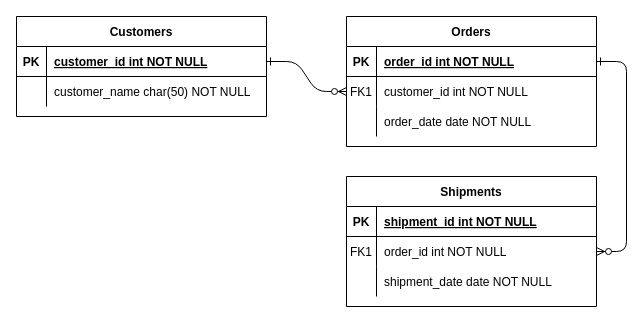
The draw.io diagram zip-codes/Untitled Diagram.drawio in Rola342/CodigoPostal, before the edit. Source tidied: cells renumbered, new cells numbered last; positions are measured from the earlier drawing's top-left corner, leaving out a move shared by most shapes. Both pictures are drawn from the tidied source at 100%, with x=0, y=0 at pixel (16, 16).
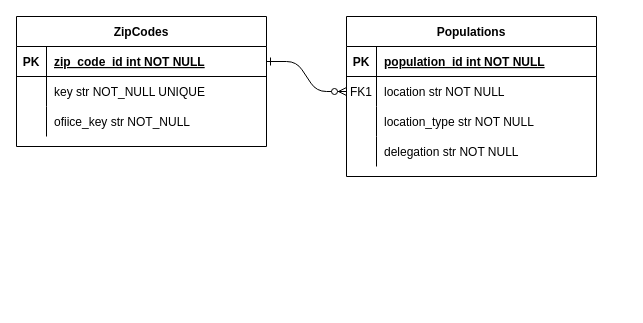
Above is the later version.

Unchanged cells that the change refers to:
```xml
<mxCell id="5" style="shape=partialRectangle;fillColor=none;points=[[0,0.5],[1,0.5]];portConstraint=eastwest;top=0;left=0;right=0;bottom=1;" parent="4" vertex="1">
  <mxGeometry y="30" width="250" height="30" as="geometry" />
</mxCell>
<mxCell id="8" style="shape=partialRectangle;fillColor=none;points=[[0,0.5],[1,0.5]];portConstraint=eastwest;top=0;left=0;right=0;bottom=0;" parent="4" vertex="1">
  <mxGeometry y="60" width="250" height="30" as="geometry" />
</mxCell>
<mxCell id="11" style="shape=partialRectangle;fillColor=none;top=0;left=0;right=0;bottom=0;" parent="4" vertex="1">
  <mxGeometry y="90" width="250" height="30" as="geometry" />
</mxCell>
<mxCell id="25" style="shape=partialRectangle;fillColor=none;points=[[0,0.5],[1,0.5]];portConstraint=eastwest;top=0;left=0;right=0;bottom=1;" parent="24" vertex="1">
  <mxGeometry y="30" width="250" height="30" as="geometry" />
</mxCell>
<mxCell id="28" style="shape=partialRectangle;fillColor=none;top=0;left=0;right=0;bottom=0;" parent="24" vertex="1">
  <mxGeometry y="60" width="250" height="30" as="geometry" />
</mxCell>
```

Diff of the diagram source:
```diff
@@
-    <mxCell id="3" style="edgeStyle=entityRelationEdgeStyle;endArrow=ERzeroToMany;startArrow=ERone;endFill=1;startFill=0;" parent="1" edge="1" source="5" target="18">
-      <mxGeometry relative="1" as="geometry" />
-    </mxCell>
-    <mxCell id="4" value="Orders" style="shape=table;startSize=30;childLayout=tableLayout;rowLines=0;fontStyle=1;align=center;" parent="1" vertex="1">
-      <mxGeometry x="330" width="250" height="130" as="geometry" />
+    <mxCell id="4" value="Populations" style="shape=table;startSize=30;childLayout=tableLayout;rowLines=0;fontStyle=1;align=center;" parent="1" vertex="1">
+      <mxGeometry x="330" width="250" height="160" as="geometry" />
     </mxCell>
@@
-    <mxCell id="7" value="order_id int NOT NULL " style="shape=partialRectangle;overflow=hidden;fillColor=none;top=0;left=0;bottom=0;right=0;align=left;spacingLeft=6;fontStyle=5;" parent="5" vertex="1">
+    <mxCell id="7" value="population_id int NOT NULL " style="shape=partialRectangle;overflow=hidden;fillColor=none;top=0;left=0;bottom=0;right=0;align=left;spacingLeft=6;fontStyle=5;" parent="5" vertex="1">
       <mxGeometry x="30" width="220" height="30" as="geometry" />
     </mxCell>
@@
-    <mxCell id="10" value="customer_id int NOT NULL" style="shape=partialRectangle;overflow=hidden;fillColor=none;top=0;left=0;bottom=0;right=0;align=left;spacingLeft=6;" parent="8" vertex="1">
+    <mxCell id="10" value="location str NOT NULL" style="shape=partialRectangle;overflow=hidden;fillColor=none;top=0;left=0;bottom=0;right=0;align=left;spacingLeft=6;" parent="8" vertex="1">
       <mxGeometry x="30" width="220" height="30" as="geometry" />
     </mxCell>
@@
-    <mxCell id="13" value="order_date date NOT NULL" style="shape=partialRectangle;overflow=hidden;fillColor=none;top=0;left=0;bottom=0;right=0;align=left;spacingLeft=6;" parent="11" vertex="1">
+    <mxCell id="13" value="location_type str NOT NULL" style="shape=partialRectangle;overflow=hidden;fillColor=none;top=0;left=0;bottom=0;right=0;align=left;spacingLeft=6;" parent="11" vertex="1">
       <mxGeometry x="30" width="220" height="30" as="geometry" />
     </mxCell>
-    <mxCell id="14" value="Shipments" style="shape=table;startSize=30;childLayout=tableLayout;rowLines=0;fontStyle=1;align=center;" parent="1" vertex="1">
-      <mxGeometry x="330" y="160" width="250" height="130" as="geometry" />
-    </mxCell>
-    <mxCell id="15" style="shape=partialRectangle;fillColor=none;top=0;left=0;right=0;bottom=1;" parent="14" vertex="1">
-      <mxGeometry y="30" width="250" height="30" as="geometry" />
-    </mxCell>
-    <mxCell id="16" value="PK" style="shape=partialRectangle;overflow=hidden;fillColor=none;top=0;left=0;bottom=0;right=0;fontStyle=1;" parent="15" vertex="1">
-      <mxGeometry width="30" height="30" as="geometry" />
-    </mxCell>
-    <mxCell id="17" value="shipment_id int NOT NULL " style="shape=partialRectangle;overflow=hidden;fillColor=none;top=0;left=0;bottom=0;right=0;align=left;spacingLeft=6;fontStyle=5;" parent="15" vertex="1">
-      <mxGeometry x="30" width="220" height="30" as="geometry" />
-    </mxCell>
-    <mxCell id="18" style="shape=partialRectangle;fillColor=none;points=[[0,0.5],[1,0.5]];portConstraint=eastwest;top=0;left=0;right=0;bottom=0;" parent="14" vertex="1">
-      <mxGeometry y="60" width="250" height="30" as="geometry" />
-    </mxCell>
-    <mxCell id="19" value="FK1" style="shape=partialRectangle;overflow=hidden;fillColor=none;top=0;left=0;bottom=0;right=0;" parent="18" vertex="1">
-      <mxGeometry width="30" height="30" as="geometry" />
-    </mxCell>
-    <mxCell id="20" value="order_id int NOT NULL" style="shape=partialRectangle;overflow=hidden;fillColor=none;top=0;left=0;bottom=0;right=0;align=left;spacingLeft=6;" parent="18" vertex="1">
-      <mxGeometry x="30" width="220" height="30" as="geometry" />
-    </mxCell>
-    <mxCell id="21" style="shape=partialRectangle;fillColor=none;top=0;left=0;right=0;bottom=0;" parent="14" vertex="1">
-      <mxGeometry y="90" width="250" height="30" as="geometry" />
-    </mxCell>
-    <mxCell id="22" style="shape=partialRectangle;overflow=hidden;fillColor=none;top=0;left=0;bottom=0;right=0;" parent="21" vertex="1">
-      <mxGeometry width="30" height="30" as="geometry" />
-    </mxCell>
-    <mxCell id="23" value="shipment_date date NOT NULL" style="shape=partialRectangle;overflow=hidden;fillColor=none;top=0;left=0;bottom=0;right=0;align=left;spacingLeft=6;" parent="21" vertex="1">
-      <mxGeometry x="30" width="220" height="30" as="geometry" />
-    </mxCell>
+    <mxCell id="31" style="shape=partialRectangle;fillColor=none;top=0;left=0;right=0;bottom=0;" parent="4" vertex="1">
+      <mxGeometry y="120" width="250" height="30" as="geometry" />
+    </mxCell>
+    <mxCell id="32" style="shape=partialRectangle;overflow=hidden;fillColor=none;top=0;left=0;bottom=0;right=0;" parent="31" vertex="1">
+      <mxGeometry width="30" height="30" as="geometry" />
+    </mxCell>
+    <mxCell id="33" value="delegation str NOT NULL" style="shape=partialRectangle;overflow=hidden;fillColor=none;top=0;left=0;bottom=0;right=0;align=left;spacingLeft=6;" parent="31" vertex="1">
+      <mxGeometry x="30" width="220" height="30" as="geometry" />
+    </mxCell>
-    <mxCell id="24" value="Customers" style="shape=table;startSize=30;childLayout=tableLayout;rowLines=0;fontStyle=1;align=center;" parent="1" vertex="1">
-      <mxGeometry width="250" height="100" as="geometry" />
+    <mxCell id="24" value="ZipCodes" style="shape=table;startSize=30;childLayout=tableLayout;rowLines=0;fontStyle=1;align=center;" parent="1" vertex="1">
+      <mxGeometry width="250" height="130" as="geometry" />
     </mxCell>
@@
-    <mxCell id="27" value="customer_id int NOT NULL " style="shape=partialRectangle;overflow=hidden;fillColor=none;top=0;left=0;bottom=0;right=0;align=left;spacingLeft=6;fontStyle=5;" parent="25" vertex="1">
+    <mxCell id="27" value="zip_code_id int NOT NULL " style="shape=partialRectangle;overflow=hidden;fillColor=none;top=0;left=0;bottom=0;right=0;align=left;spacingLeft=6;fontStyle=5;" parent="25" vertex="1">
       <mxGeometry x="30" width="220" height="30" as="geometry" />
     </mxCell>
@@
-    <mxCell id="30" value="customer_name char(50) NOT NULL" style="shape=partialRectangle;overflow=hidden;fillColor=none;top=0;left=0;bottom=0;right=0;align=left;spacingLeft=6;" parent="28" vertex="1">
+    <mxCell id="30" value="key str NOT_NULL UNIQUE" style="shape=partialRectangle;overflow=hidden;fillColor=none;top=0;left=0;bottom=0;right=0;align=left;spacingLeft=6;" parent="28" vertex="1">
       <mxGeometry x="30" width="220" height="30" as="geometry" />
     </mxCell>
+    <mxCell id="21" style="shape=partialRectangle;fillColor=none;top=0;left=0;right=0;bottom=0;" parent="24" vertex="1">
+      <mxGeometry y="90" width="250" height="30" as="geometry" />
+    </mxCell>
+    <mxCell id="34" style="shape=partialRectangle;overflow=hidden;fillColor=none;top=0;left=0;bottom=0;right=0;" parent="21" vertex="1">
+      <mxGeometry width="30" height="30" as="geometry" />
+    </mxCell>
+    <mxCell id="35" value="ofiice_key str NOT_NULL" style="shape=partialRectangle;overflow=hidden;fillColor=none;top=0;left=0;bottom=0;right=0;align=left;spacingLeft=6;" parent="21" vertex="1">
+      <mxGeometry x="30" width="220" height="30" as="geometry" />
+    </mxCell>
```
